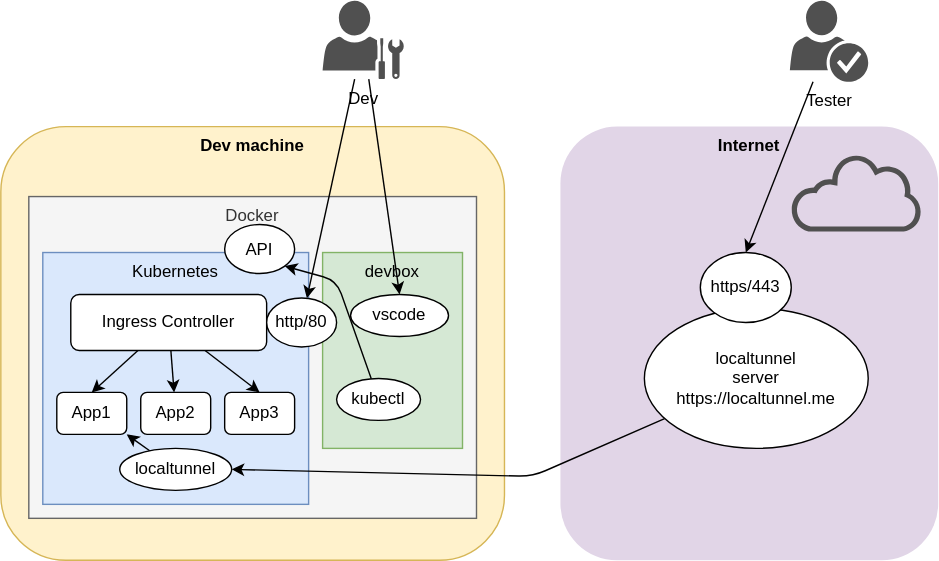
Before: architecture.drawio.svg, a diagram exported from draw.io (klauserber/local-k8s). Source tidied: cells renumbered, new cells last; positions are measured from the earlier drawing's top-left corner, leaving out a move shared by most shapes. Source of this version:
```xml
<mxGraphModel>
  <root>
    <mxCell id="0" />
    <mxCell id="1" parent="0" />
    <mxCell id="2" value="Internet" style="rounded=1;whiteSpace=wrap;html=1;fillColor=#e1d5e7;strokeColor=none;verticalAlign=top;fontStyle=1;" parent="1" vertex="1">
      <mxGeometry x="400" y="90" width="270" height="310" as="geometry" />
    </mxCell>
    <mxCell id="3" value="Dev machine" style="rounded=1;whiteSpace=wrap;html=1;verticalAlign=top;fontStyle=1;fillColor=#fff2cc;strokeColor=#d6b656;" parent="1" vertex="1">
      <mxGeometry y="90" width="360" height="310" as="geometry" />
    </mxCell>
    <mxCell id="4" value="Docker" style="rounded=0;whiteSpace=wrap;html=1;verticalAlign=top;fillColor=#f5f5f5;fontColor=#333333;strokeColor=#666666;" parent="1" vertex="1">
      <mxGeometry x="20" y="140" width="320" height="230" as="geometry" />
    </mxCell>
    <mxCell id="5" value="devbox" style="rounded=0;whiteSpace=wrap;html=1;fillColor=#d5e8d4;strokeColor=#82b366;verticalAlign=top;" parent="1" vertex="1">
      <mxGeometry x="230" y="180" width="100" height="140" as="geometry" />
    </mxCell>
    <mxCell id="6" value="Kubernetes" style="rounded=0;whiteSpace=wrap;html=1;fillColor=#dae8fc;strokeColor=#6c8ebf;horizontal=1;verticalAlign=top;" parent="1" vertex="1">
      <mxGeometry x="30" y="180" width="190" height="180" as="geometry" />
    </mxCell>
    <mxCell id="7" style="edgeStyle=none;html=1;entryX=0.5;entryY=0;entryDx=0;entryDy=0;" parent="1" edge="1" source="10" target="11">
      <mxGeometry relative="1" as="geometry" />
    </mxCell>
    <mxCell id="8" style="edgeStyle=none;html=1;" parent="1" edge="1" source="10" target="12">
      <mxGeometry relative="1" as="geometry" />
    </mxCell>
    <mxCell id="9" style="edgeStyle=none;html=1;entryX=0.5;entryY=0;entryDx=0;entryDy=0;" parent="1" edge="1" source="10" target="13">
      <mxGeometry relative="1" as="geometry" />
    </mxCell>
    <mxCell id="10" value="Ingress Controller" style="rounded=1;whiteSpace=wrap;html=1;" parent="1" vertex="1">
      <mxGeometry x="50" y="210" width="140" height="40" as="geometry" />
    </mxCell>
    <mxCell id="11" value="App1" style="rounded=1;whiteSpace=wrap;html=1;" parent="1" vertex="1">
      <mxGeometry x="40" y="280" width="50" height="30" as="geometry" />
    </mxCell>
    <mxCell id="12" value="App2" style="rounded=1;whiteSpace=wrap;html=1;" parent="1" vertex="1">
      <mxGeometry x="100" y="280" width="50" height="30" as="geometry" />
    </mxCell>
    <mxCell id="13" value="App3" style="rounded=1;whiteSpace=wrap;html=1;" parent="1" vertex="1">
      <mxGeometry x="160" y="280" width="50" height="30" as="geometry" />
    </mxCell>
    <mxCell id="14" value="API" style="ellipse;whiteSpace=wrap;html=1;" parent="1" vertex="1">
      <mxGeometry x="160" y="160" width="50" height="35" as="geometry" />
    </mxCell>
    <mxCell id="15" value="http/80" style="ellipse;whiteSpace=wrap;html=1;" parent="1" vertex="1">
      <mxGeometry x="190" y="212.5" width="50" height="35" as="geometry" />
    </mxCell>
    <mxCell id="16" style="edgeStyle=none;html=1;entryX=1;entryY=1;entryDx=0;entryDy=0;" parent="1" edge="1" source="17" target="14">
      <mxGeometry relative="1" as="geometry">
        <Array as="points">
          <mxPoint x="240" y="200" />
        </Array>
      </mxGeometry>
    </mxCell>
    <mxCell id="17" value="kubectl" style="ellipse;whiteSpace=wrap;html=1;" parent="1" vertex="1">
      <mxGeometry x="240" y="270" width="60" height="30" as="geometry" />
    </mxCell>
    <mxCell id="18" style="edgeStyle=none;html=1;" parent="1" edge="1" source="19">
      <mxGeometry relative="1" as="geometry">
        <mxPoint x="90" y="310" as="targetPoint" />
      </mxGeometry>
    </mxCell>
    <mxCell id="19" value="localtunnel" style="ellipse;whiteSpace=wrap;html=1;" parent="1" vertex="1">
      <mxGeometry x="85" y="320" width="80" height="30" as="geometry" />
    </mxCell>
    <mxCell id="20" style="edgeStyle=none;html=1;entryX=1;entryY=0.5;entryDx=0;entryDy=0;" parent="1" edge="1" source="21" target="19">
      <mxGeometry relative="1" as="geometry">
        <Array as="points">
          <mxPoint x="380" y="340" />
        </Array>
      </mxGeometry>
    </mxCell>
    <mxCell id="21" value="localtunnel&lt;br&gt;server&lt;br&gt;https://localtunnel.me&lt;br&gt;" style="ellipse;whiteSpace=wrap;html=1;" parent="1" vertex="1">
      <mxGeometry x="460" y="220" width="160" height="100" as="geometry" />
    </mxCell>
    <mxCell id="22" value="https/443" style="ellipse;whiteSpace=wrap;html=1;" parent="1" vertex="1">
      <mxGeometry x="500" y="180" width="65" height="50" as="geometry" />
    </mxCell>
    <mxCell id="23" style="edgeStyle=none;html=1;entryX=0.5;entryY=0;entryDx=0;entryDy=0;" parent="1" edge="1" source="25" target="22">
      <mxGeometry relative="1" as="geometry" />
    </mxCell>
    <mxCell id="24" style="sketch=0;shadow=0;dashed=0;html=1;strokeColor=none;fillColor=#505050;labelPosition=center;verticalLabelPosition=bottom;verticalAlign=top;align=center;shape=mxgraph.office.clouds.cloud;" parent="1" vertex="1">
      <mxGeometry x="565" y="110" width="94" height="55" as="geometry" />
    </mxCell>
    <mxCell id="25" value="Tester" style="sketch=0;shadow=0;dashed=0;html=1;strokeColor=none;fillColor=#505050;labelPosition=center;verticalLabelPosition=bottom;verticalAlign=top;outlineConnect=0;align=center;shape=mxgraph.office.users.credentials;" parent="1" vertex="1">
      <mxGeometry x="564" width="56" height="58" as="geometry" />
    </mxCell>
    <mxCell id="26" style="edgeStyle=none;html=1;entryX=0.5;entryY=0;entryDx=0;entryDy=0;" parent="1" edge="1" source="28" target="29">
      <mxGeometry relative="1" as="geometry" />
    </mxCell>
    <mxCell id="27" style="edgeStyle=none;html=1;" parent="1" edge="1" source="28" target="15">
      <mxGeometry relative="1" as="geometry" />
    </mxCell>
    <mxCell id="28" value="Dev" style="sketch=0;shadow=0;dashed=0;html=1;strokeColor=none;fillColor=#505050;labelPosition=center;verticalLabelPosition=bottom;verticalAlign=top;outlineConnect=0;align=center;shape=mxgraph.office.users.administrator;" parent="1" vertex="1">
      <mxGeometry x="230" width="58" height="56" as="geometry" />
    </mxCell>
    <mxCell id="29" value="vscode" style="ellipse;whiteSpace=wrap;html=1;" parent="1" vertex="1">
      <mxGeometry x="250" y="210" width="70" height="30" as="geometry" />
    </mxCell>
  </root>
</mxGraphModel>
```
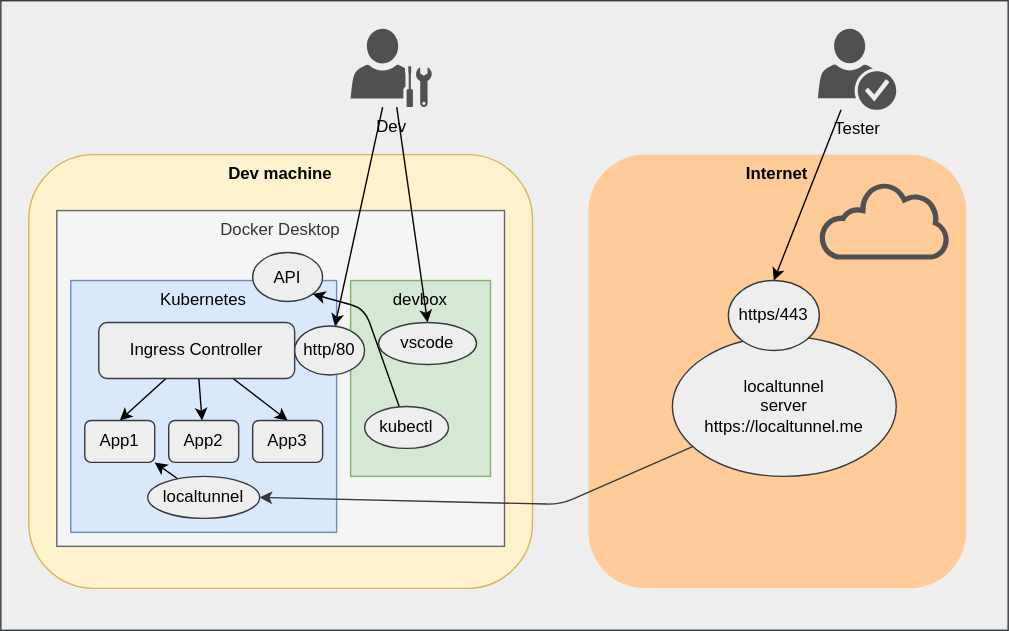
Later version of the same file.

Diff of the diagram source:
```diff
@@ -2,56 +2,59 @@
   <root>
     <mxCell id="0" />
     <mxCell id="1" parent="0" />
+    <mxCell id="30" style="rounded=0;whiteSpace=wrap;html=1;fillColor=#eeeeee;strokeColor=#36393d;" parent="1" vertex="1">
+      <mxGeometry x="-20" y="-20" width="720" height="450" as="geometry" />
+    </mxCell>
-    <mxCell id="2" value="Internet" style="rounded=1;whiteSpace=wrap;html=1;fillColor=#e1d5e7;strokeColor=none;verticalAlign=top;fontStyle=1;" parent="1" vertex="1">
+    <mxCell id="2" value="Internet" style="rounded=1;whiteSpace=wrap;html=1;fillColor=#ffcc99;strokeColor=none;verticalAlign=top;fontStyle=1;fontColor=#000000;" parent="1" vertex="1">
       <mxGeometry x="400" y="90" width="270" height="310" as="geometry" />
     </mxCell>
-    <mxCell id="3" value="Dev machine" style="rounded=1;whiteSpace=wrap;html=1;verticalAlign=top;fontStyle=1;fillColor=#fff2cc;strokeColor=#d6b656;" parent="1" vertex="1">
+    <mxCell id="3" value="Dev machine" style="rounded=1;whiteSpace=wrap;html=1;verticalAlign=top;fontStyle=1;fillColor=#fff2cc;strokeColor=#d6b656;fontColor=#000000;" parent="1" vertex="1">
       <mxGeometry y="90" width="360" height="310" as="geometry" />
     </mxCell>
-    <mxCell id="4" value="Docker" style="rounded=0;whiteSpace=wrap;html=1;verticalAlign=top;fillColor=#f5f5f5;fontColor=#333333;strokeColor=#666666;" parent="1" vertex="1">
-      <mxGeometry x="20" y="140" width="320" height="230" as="geometry" />
+    <mxCell id="4" value="Docker Desktop" style="rounded=0;whiteSpace=wrap;html=1;verticalAlign=top;fillColor=#f5f5f5;fontColor=#333333;strokeColor=#666666;" parent="1" vertex="1">
+      <mxGeometry x="20" y="130" width="320" height="240" as="geometry" />
     </mxCell>
-    <mxCell id="5" value="devbox" style="rounded=0;whiteSpace=wrap;html=1;fillColor=#d5e8d4;strokeColor=#82b366;verticalAlign=top;" parent="1" vertex="1">
+    <mxCell id="5" value="devbox" style="rounded=0;whiteSpace=wrap;html=1;fillColor=#d5e8d4;strokeColor=#82b366;verticalAlign=top;fontColor=#000000;" parent="1" vertex="1">
       <mxGeometry x="230" y="180" width="100" height="140" as="geometry" />
     </mxCell>
-    <mxCell id="6" value="Kubernetes" style="rounded=0;whiteSpace=wrap;html=1;fillColor=#dae8fc;strokeColor=#6c8ebf;horizontal=1;verticalAlign=top;" parent="1" vertex="1">
+    <mxCell id="6" value="Kubernetes" style="rounded=0;whiteSpace=wrap;html=1;fillColor=#dae8fc;strokeColor=#6c8ebf;horizontal=1;verticalAlign=top;fontColor=#000000;" parent="1" vertex="1">
       <mxGeometry x="30" y="180" width="190" height="180" as="geometry" />
     </mxCell>
-    <mxCell id="7" style="edgeStyle=none;html=1;entryX=0.5;entryY=0;entryDx=0;entryDy=0;" parent="1" edge="1" source="10" target="11">
+    <mxCell id="7" style="edgeStyle=none;html=1;entryX=0.5;entryY=0;entryDx=0;entryDy=0;strokeColor=#000000;" parent="1" edge="1" source="10" target="11">
       <mxGeometry relative="1" as="geometry" />
     </mxCell>
-    <mxCell id="8" style="edgeStyle=none;html=1;" parent="1" edge="1" source="10" target="12">
+    <mxCell id="8" style="edgeStyle=none;html=1;strokeColor=#000000;" parent="1" edge="1" source="10" target="12">
       <mxGeometry relative="1" as="geometry" />
     </mxCell>
-    <mxCell id="9" style="edgeStyle=none;html=1;entryX=0.5;entryY=0;entryDx=0;entryDy=0;" parent="1" edge="1" source="10" target="13">
+    <mxCell id="9" style="edgeStyle=none;html=1;entryX=0.5;entryY=0;entryDx=0;entryDy=0;strokeColor=#000000;" parent="1" edge="1" source="10" target="13">
       <mxGeometry relative="1" as="geometry" />
     </mxCell>
-    <mxCell id="10" value="Ingress Controller" style="rounded=1;whiteSpace=wrap;html=1;" parent="1" vertex="1">
+    <mxCell id="10" value="Ingress Controller" style="rounded=1;whiteSpace=wrap;html=1;fillColor=#eeeeee;strokeColor=#36393d;fontColor=#000000;" parent="1" vertex="1">
       <mxGeometry x="50" y="210" width="140" height="40" as="geometry" />
     </mxCell>
-    <mxCell id="11" value="App1" style="rounded=1;whiteSpace=wrap;html=1;" parent="1" vertex="1">
+    <mxCell id="11" value="App1" style="rounded=1;whiteSpace=wrap;html=1;fillColor=#eeeeee;strokeColor=#36393d;fontColor=#000000;" parent="1" vertex="1">
       <mxGeometry x="40" y="280" width="50" height="30" as="geometry" />
     </mxCell>
-    <mxCell id="12" value="App2" style="rounded=1;whiteSpace=wrap;html=1;" parent="1" vertex="1">
+    <mxCell id="12" value="App2" style="rounded=1;whiteSpace=wrap;html=1;fillColor=#eeeeee;strokeColor=#36393d;fontColor=#000000;" parent="1" vertex="1">
       <mxGeometry x="100" y="280" width="50" height="30" as="geometry" />
     </mxCell>
-    <mxCell id="13" value="App3" style="rounded=1;whiteSpace=wrap;html=1;" parent="1" vertex="1">
+    <mxCell id="13" value="App3" style="rounded=1;whiteSpace=wrap;html=1;fillColor=#eeeeee;strokeColor=#36393d;fontColor=#000000;" parent="1" vertex="1">
       <mxGeometry x="160" y="280" width="50" height="30" as="geometry" />
     </mxCell>
-    <mxCell id="14" value="API" style="ellipse;whiteSpace=wrap;html=1;" parent="1" vertex="1">
+    <mxCell id="14" value="API" style="ellipse;whiteSpace=wrap;html=1;fillColor=#eeeeee;strokeColor=#36393d;fontColor=#000000;" parent="1" vertex="1">
       <mxGeometry x="160" y="160" width="50" height="35" as="geometry" />
     </mxCell>
-    <mxCell id="15" value="http/80" style="ellipse;whiteSpace=wrap;html=1;" parent="1" vertex="1">
+    <mxCell id="15" value="http/80" style="ellipse;whiteSpace=wrap;html=1;fillColor=#eeeeee;strokeColor=#36393d;fontColor=#000000;" parent="1" vertex="1">
       <mxGeometry x="190" y="212.5" width="50" height="35" as="geometry" />
     </mxCell>
-    <mxCell id="16" style="edgeStyle=none;html=1;entryX=1;entryY=1;entryDx=0;entryDy=0;" parent="1" edge="1" source="17" target="14">
+    <mxCell id="16" style="edgeStyle=none;html=1;entryX=1;entryY=1;entryDx=0;entryDy=0;strokeColor=#000000;" parent="1" edge="1" source="17" target="14">
       <mxGeometry relative="1" as="geometry">
         <Array as="points">
           <mxPoint x="240" y="200" />
         </Array>
       </mxGeometry>
     </mxCell>
-    <mxCell id="17" value="kubectl" style="ellipse;whiteSpace=wrap;html=1;" parent="1" vertex="1">
+    <mxCell id="17" value="kubectl" style="ellipse;whiteSpace=wrap;html=1;fillColor=#eeeeee;strokeColor=#36393d;fontColor=#000000;" parent="1" vertex="1">
       <mxGeometry x="240" y="270" width="60" height="30" as="geometry" />
     </mxCell>
     <mxCell id="18" style="edgeStyle=none;html=1;" parent="1" edge="1" source="19">
@@ -59,41 +62,41 @@
         <mxPoint x="90" y="310" as="targetPoint" />
       </mxGeometry>
     </mxCell>
-    <mxCell id="19" value="localtunnel" style="ellipse;whiteSpace=wrap;html=1;" parent="1" vertex="1">
+    <mxCell id="19" value="localtunnel" style="ellipse;whiteSpace=wrap;html=1;fillColor=#eeeeee;strokeColor=#36393d;fontColor=#000000;" parent="1" vertex="1">
       <mxGeometry x="85" y="320" width="80" height="30" as="geometry" />
     </mxCell>
-    <mxCell id="20" style="edgeStyle=none;html=1;entryX=1;entryY=0.5;entryDx=0;entryDy=0;" parent="1" edge="1" source="21" target="19">
+    <mxCell id="20" style="edgeStyle=none;html=1;entryX=1;entryY=0.5;entryDx=0;entryDy=0;fillColor=#eeeeee;strokeColor=#36393d;fontColor=#000000;" parent="1" edge="1" source="21" target="19">
       <mxGeometry relative="1" as="geometry">
         <Array as="points">
           <mxPoint x="380" y="340" />
         </Array>
       </mxGeometry>
     </mxCell>
-    <mxCell id="21" value="localtunnel&lt;br&gt;server&lt;br&gt;https://localtunnel.me&lt;br&gt;" style="ellipse;whiteSpace=wrap;html=1;" parent="1" vertex="1">
+    <mxCell id="21" value="localtunnel&lt;br&gt;server&lt;br&gt;https://localtunnel.me&lt;br&gt;" style="ellipse;whiteSpace=wrap;html=1;fillColor=#eeeeee;strokeColor=#36393d;fontColor=#000000;" parent="1" vertex="1">
       <mxGeometry x="460" y="220" width="160" height="100" as="geometry" />
     </mxCell>
-    <mxCell id="22" value="https/443" style="ellipse;whiteSpace=wrap;html=1;" parent="1" vertex="1">
+    <mxCell id="22" value="https/443" style="ellipse;whiteSpace=wrap;html=1;fillColor=#eeeeee;strokeColor=#36393d;fontColor=#000000;" parent="1" vertex="1">
       <mxGeometry x="500" y="180" width="65" height="50" as="geometry" />
     </mxCell>
-    <mxCell id="23" style="edgeStyle=none;html=1;entryX=0.5;entryY=0;entryDx=0;entryDy=0;" parent="1" edge="1" source="25" target="22">
+    <mxCell id="23" style="edgeStyle=none;html=1;entryX=0.5;entryY=0;entryDx=0;entryDy=0;strokeColor=#000000;" parent="1" edge="1" source="25" target="22">
       <mxGeometry relative="1" as="geometry" />
     </mxCell>
     <mxCell id="24" style="sketch=0;shadow=0;dashed=0;html=1;strokeColor=none;fillColor=#505050;labelPosition=center;verticalLabelPosition=bottom;verticalAlign=top;align=center;shape=mxgraph.office.clouds.cloud;" parent="1" vertex="1">
       <mxGeometry x="565" y="110" width="94" height="55" as="geometry" />
     </mxCell>
-    <mxCell id="25" value="Tester" style="sketch=0;shadow=0;dashed=0;html=1;strokeColor=none;fillColor=#505050;labelPosition=center;verticalLabelPosition=bottom;verticalAlign=top;outlineConnect=0;align=center;shape=mxgraph.office.users.credentials;" parent="1" vertex="1">
+    <mxCell id="25" value="Tester" style="sketch=0;shadow=0;dashed=0;html=1;strokeColor=none;fillColor=#505050;labelPosition=center;verticalLabelPosition=bottom;verticalAlign=top;outlineConnect=0;align=center;shape=mxgraph.office.users.credentials;fontColor=#000000;" parent="1" vertex="1">
       <mxGeometry x="564" width="56" height="58" as="geometry" />
     </mxCell>
-    <mxCell id="26" style="edgeStyle=none;html=1;entryX=0.5;entryY=0;entryDx=0;entryDy=0;" parent="1" edge="1" source="28" target="29">
+    <mxCell id="26" style="edgeStyle=none;html=1;entryX=0.5;entryY=0;entryDx=0;entryDy=0;strokeColor=#000000;" parent="1" edge="1" source="28" target="29">
       <mxGeometry relative="1" as="geometry" />
     </mxCell>
-    <mxCell id="27" style="edgeStyle=none;html=1;" parent="1" edge="1" source="28" target="15">
+    <mxCell id="27" style="edgeStyle=none;html=1;strokeColor=#000000;" parent="1" edge="1" source="28" target="15">
       <mxGeometry relative="1" as="geometry" />
     </mxCell>
-    <mxCell id="28" value="Dev" style="sketch=0;shadow=0;dashed=0;html=1;strokeColor=none;fillColor=#505050;labelPosition=center;verticalLabelPosition=bottom;verticalAlign=top;outlineConnect=0;align=center;shape=mxgraph.office.users.administrator;" parent="1" vertex="1">
+    <mxCell id="28" value="Dev" style="sketch=0;shadow=0;dashed=0;html=1;strokeColor=none;fillColor=#505050;labelPosition=center;verticalLabelPosition=bottom;verticalAlign=top;outlineConnect=0;align=center;shape=mxgraph.office.users.administrator;fontColor=#000000;" parent="1" vertex="1">
       <mxGeometry x="230" width="58" height="56" as="geometry" />
     </mxCell>
-    <mxCell id="29" value="vscode" style="ellipse;whiteSpace=wrap;html=1;" parent="1" vertex="1">
+    <mxCell id="29" value="vscode" style="ellipse;whiteSpace=wrap;html=1;fillColor=#eeeeee;strokeColor=#36393d;fontColor=#000000;" parent="1" vertex="1">
       <mxGeometry x="250" y="210" width="70" height="30" as="geometry" />
     </mxCell>
   </root>
```
